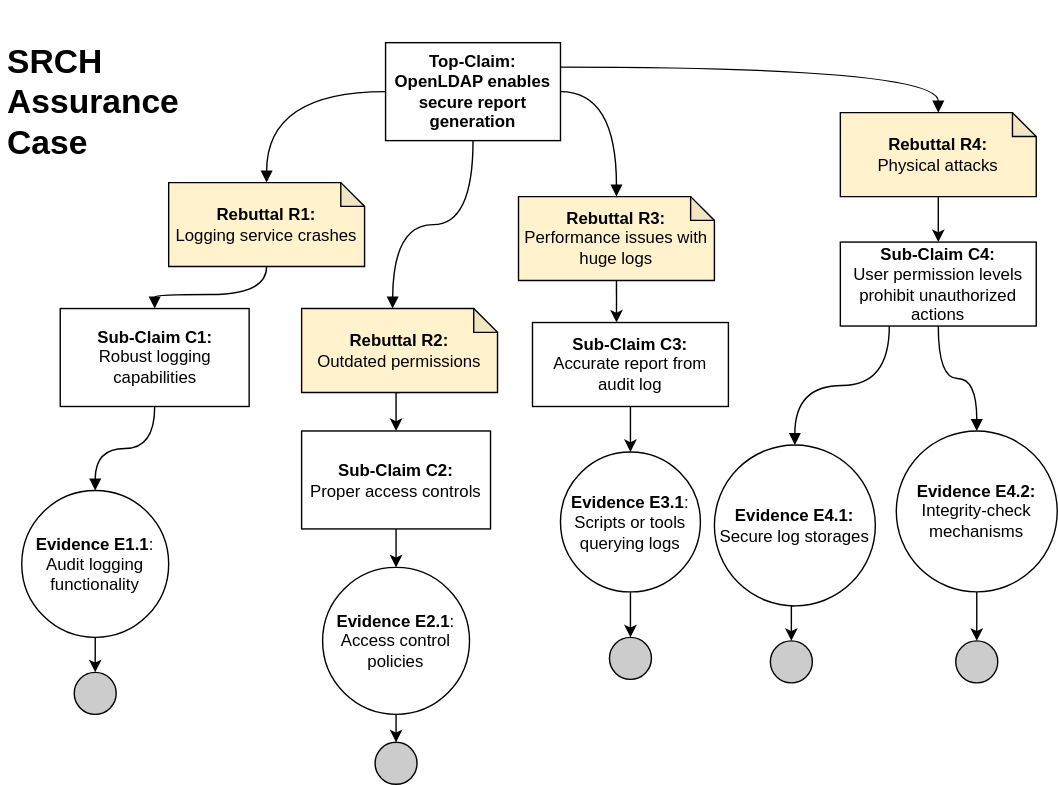
bartelsjoshuac/SAPG keeps this draw.io diagram as images/SRCH_accurance_case.svg. Above is the earlier version. Source tidied: cells renumbered, new cells last; positions are measured from the earlier drawing's top-left corner, leaving out a move shared by most shapes. The source it was exported from:
```xml
<mxGraphModel background="#FFFFFF">
  <root>
    <mxCell id="0" />
    <mxCell id="1" parent="0" />
    <mxCell id="2" value="&lt;div&gt;&lt;br&gt;&lt;/div&gt;&lt;h1&gt;SRCH&lt;br&gt;Assurance Case&lt;/h1&gt;&lt;p&gt;&lt;br&gt;&lt;/p&gt;" style="text;html=1;strokeColor=none;fillColor=none;spacing=5;spacingTop=-20;whiteSpace=wrap;overflow=hidden;rounded=0;" parent="1" vertex="1">
      <mxGeometry width="135" height="120" as="geometry" />
    </mxCell>
    <mxCell id="3" value="&lt;b&gt;Top-Claim:&lt;/b&gt;&lt;br&gt;&lt;b&gt;OpenLDAP enables secure report generation&lt;/b&gt;" style="rounded=0;whiteSpace=wrap;html=1;" parent="1" vertex="1">
      <mxGeometry x="275" y="20" width="125" height="70" as="geometry" />
    </mxCell>
    <mxCell id="4" value="&lt;b&gt;Sub-Claim C1:&lt;br&gt;&lt;/b&gt;Robust logging capabilities" style="rounded=0;whiteSpace=wrap;html=1;" parent="1" vertex="1">
      <mxGeometry x="42.5" y="210" width="135" height="70" as="geometry" />
    </mxCell>
    <mxCell id="5" style="edgeStyle=orthogonalEdgeStyle;curved=1;rounded=0;jettySize=auto;html=1;entryX=0.5;entryY=0;entryDx=0;entryDy=0;endArrow=block;endFill=1;exitX=0.25;exitY=1;exitDx=0;exitDy=0;" parent="1" edge="1" source="24" target="7">
      <mxGeometry relative="1" as="geometry" />
    </mxCell>
    <mxCell id="6" style="edgeStyle=orthogonalEdgeStyle;rounded=0;jettySize=auto;html=1;exitX=0.5;exitY=1;exitDx=0;exitDy=0;entryX=0.5;entryY=0;entryDx=0;entryDy=0;" parent="1" edge="1" source="7" target="25">
      <mxGeometry relative="1" as="geometry" />
    </mxCell>
    <mxCell id="7" value="&lt;b&gt;Evidence E4.1:&lt;/b&gt;&lt;br&gt;Secure log storages" style="ellipse;whiteSpace=wrap;html=1;fillColor=#ffffff;rounded=0;" parent="1" vertex="1">
      <mxGeometry x="510" y="307.5" width="115" height="115" as="geometry" />
    </mxCell>
    <mxCell id="8" style="edgeStyle=orthogonalEdgeStyle;rounded=0;jettySize=auto;html=1;exitX=0.5;exitY=1;exitDx=0;exitDy=0;" parent="1" edge="1" source="9" target="21">
      <mxGeometry relative="1" as="geometry" />
    </mxCell>
    <mxCell id="9" value="&lt;b&gt;Sub-Claim C3:&lt;br&gt;&lt;/b&gt;Accurate report from audit log" style="rounded=0;whiteSpace=wrap;html=1;" parent="1" vertex="1">
      <mxGeometry x="380" y="220" width="140" height="60" as="geometry" />
    </mxCell>
    <mxCell id="10" style="edgeStyle=orthogonalEdgeStyle;rounded=0;jettySize=auto;html=1;exitX=0.5;exitY=1;exitDx=0;exitDy=0;entryX=0.5;entryY=0;entryDx=0;entryDy=0;" parent="1" edge="1" source="11" target="26">
      <mxGeometry relative="1" as="geometry" />
    </mxCell>
    <mxCell id="11" value="&lt;b&gt;Evidence E4.2:&lt;/b&gt;&lt;br&gt;Integrity-check mechanisms" style="ellipse;whiteSpace=wrap;html=1;fillColor=#ffffff;rounded=0;" parent="1" vertex="1">
      <mxGeometry x="640" y="297.5" width="115" height="115" as="geometry" />
    </mxCell>
    <mxCell id="12" style="edgeStyle=orthogonalEdgeStyle;rounded=0;jettySize=auto;html=1;exitX=0.5;exitY=1;exitDx=0;exitDy=0;entryX=0.5;entryY=0;entryDx=0;entryDy=0;" parent="1" edge="1" source="13" target="14">
      <mxGeometry relative="1" as="geometry" />
    </mxCell>
    <mxCell id="13" value="&lt;b&gt;Evidence E1.1&lt;/b&gt;:&lt;br&gt;Audit logging functionality" style="ellipse;whiteSpace=wrap;html=1;fillColor=#ffffff;rounded=0;" parent="1" vertex="1">
      <mxGeometry x="15" y="340" width="105" height="105" as="geometry" />
    </mxCell>
    <mxCell id="14" style="ellipse;whiteSpace=wrap;html=1;fillColor=#CCCCCC;" parent="1" vertex="1">
      <mxGeometry x="52.5" y="470" width="30" height="30" as="geometry" />
    </mxCell>
    <mxCell id="15" style="edgeStyle=orthogonalEdgeStyle;rounded=0;jettySize=auto;html=1;exitX=0.5;exitY=1;exitDx=0;exitDy=0;entryX=0.5;entryY=0;entryDx=0;entryDy=0;" parent="1" edge="1" source="16" target="18">
      <mxGeometry relative="1" as="geometry" />
    </mxCell>
    <mxCell id="16" value="&lt;b&gt;Sub-Claim C2:&lt;br&gt;&lt;/b&gt;Proper access controls" style="rounded=0;whiteSpace=wrap;html=1;" parent="1" vertex="1">
      <mxGeometry x="215" y="297.5" width="135" height="70" as="geometry" />
    </mxCell>
    <mxCell id="17" style="edgeStyle=orthogonalEdgeStyle;rounded=0;jettySize=auto;html=1;exitX=0.5;exitY=1;exitDx=0;exitDy=0;entryX=0.5;entryY=0;entryDx=0;entryDy=0;" parent="1" edge="1" source="18" target="19">
      <mxGeometry relative="1" as="geometry" />
    </mxCell>
    <mxCell id="18" value="&lt;b&gt;Evidence E2.1&lt;/b&gt;:&lt;br&gt;Access control policies" style="ellipse;whiteSpace=wrap;html=1;fillColor=#ffffff;rounded=0;" parent="1" vertex="1">
      <mxGeometry x="230" y="395" width="105" height="105" as="geometry" />
    </mxCell>
    <mxCell id="19" style="ellipse;whiteSpace=wrap;html=1;fillColor=#CCCCCC;" parent="1" vertex="1">
      <mxGeometry x="267.5" y="520" width="30" height="30" as="geometry" />
    </mxCell>
    <mxCell id="20" style="edgeStyle=orthogonalEdgeStyle;rounded=0;jettySize=auto;html=1;exitX=0.5;exitY=1;exitDx=0;exitDy=0;entryX=0.5;entryY=0;entryDx=0;entryDy=0;" parent="1" edge="1" source="21" target="22">
      <mxGeometry relative="1" as="geometry" />
    </mxCell>
    <mxCell id="21" value="&lt;b&gt;Evidence E3.1&lt;/b&gt;:&lt;br&gt;Scripts or tools querying logs" style="ellipse;whiteSpace=wrap;html=1;fillColor=#ffffff;rounded=0;" parent="1" vertex="1">
      <mxGeometry x="400" y="312.5" width="100" height="100" as="geometry" />
    </mxCell>
    <mxCell id="22" style="ellipse;whiteSpace=wrap;html=1;fillColor=#CCCCCC;" parent="1" vertex="1">
      <mxGeometry x="435" y="445" width="30" height="30" as="geometry" />
    </mxCell>
    <mxCell id="23" style="edgeStyle=orthogonalEdgeStyle;curved=1;rounded=0;jettySize=auto;html=1;endArrow=block;endFill=1;entryX=0.5;entryY=0;entryDx=0;entryDy=0;" parent="1" edge="1" source="24" target="11">
      <mxGeometry relative="1" as="geometry" />
    </mxCell>
    <mxCell id="24" value="&lt;b&gt;Sub-Claim C4:&lt;br&gt;&lt;/b&gt;User permission levels prohibit unauthorized actions" style="rounded=0;whiteSpace=wrap;html=1;" parent="1" vertex="1">
      <mxGeometry x="600" y="162.5" width="140" height="60" as="geometry" />
    </mxCell>
    <mxCell id="25" style="ellipse;whiteSpace=wrap;html=1;fillColor=#CCCCCC;" parent="1" vertex="1">
      <mxGeometry x="550" y="447.5" width="30" height="30" as="geometry" />
    </mxCell>
    <mxCell id="26" style="ellipse;whiteSpace=wrap;html=1;fillColor=#CCCCCC;" parent="1" vertex="1">
      <mxGeometry x="682.5" y="447.5" width="30" height="30" as="geometry" />
    </mxCell>
    <mxCell id="27" style="edgeStyle=orthogonalEdgeStyle;rounded=0;jettySize=auto;html=1;exitX=0.5;exitY=1;exitDx=0;exitDy=0;exitPerimeter=0;entryX=0.5;entryY=0;entryDx=0;entryDy=0;" parent="1" edge="1" source="28" target="16">
      <mxGeometry relative="1" as="geometry" />
    </mxCell>
    <mxCell id="28" value="&lt;b&gt;Rebuttal R2:&lt;/b&gt;&lt;br&gt;Outdated permissions" style="shape=note;whiteSpace=wrap;html=1;backgroundOutline=1;darkOpacity=0.05;size=17;fillColor=#FFF2CC;" parent="1" vertex="1">
      <mxGeometry x="215" y="210" width="140" height="60" as="geometry" />
    </mxCell>
    <mxCell id="29" value="&lt;b&gt;Rebuttal R3:&lt;/b&gt;&lt;br&gt;Performance issues with huge logs" style="shape=note;whiteSpace=wrap;html=1;backgroundOutline=1;darkOpacity=0.05;size=17;fillColor=#FFF2CC;" parent="1" vertex="1">
      <mxGeometry x="370" y="130" width="140" height="60" as="geometry" />
    </mxCell>
    <mxCell id="30" style="edgeStyle=orthogonalEdgeStyle;rounded=0;jettySize=auto;html=1;endArrow=block;endFill=1;curved=1;entryX=0.5;entryY=0;entryDx=0;entryDy=0;exitX=0.5;exitY=1;exitDx=0;exitDy=0;" parent="1" edge="1" source="4" target="13">
      <mxGeometry relative="1" as="geometry" />
    </mxCell>
    <mxCell id="31" value="&lt;b&gt;Rebuttal R1:&lt;/b&gt;&lt;br&gt;Logging service crashes" style="shape=note;whiteSpace=wrap;html=1;backgroundOutline=1;darkOpacity=0.05;size=17;fillColor=#FFF2CC;" parent="1" vertex="1">
      <mxGeometry x="120" y="120" width="140" height="60" as="geometry" />
    </mxCell>
    <mxCell id="32" style="edgeStyle=orthogonalEdgeStyle;rounded=0;jettySize=auto;html=1;endArrow=block;endFill=1;curved=1;entryX=0.5;entryY=0;entryDx=0;entryDy=0;exitX=0.5;exitY=1;exitDx=0;exitDy=0;exitPerimeter=0;" parent="1" edge="1" source="31" target="4">
      <mxGeometry relative="1" as="geometry" />
    </mxCell>
    <mxCell id="33" style="edgeStyle=orthogonalEdgeStyle;rounded=0;jettySize=auto;html=1;endArrow=block;endFill=1;curved=1;entryX=0.5;entryY=0;entryDx=0;entryDy=0;exitX=0;exitY=0.5;exitDx=0;exitDy=0;entryPerimeter=0;" parent="1" edge="1" source="3" target="31">
      <mxGeometry relative="1" as="geometry" />
    </mxCell>
    <mxCell id="34" style="edgeStyle=orthogonalEdgeStyle;rounded=0;jettySize=auto;html=1;exitX=0.5;exitY=1;exitDx=0;exitDy=0;exitPerimeter=0;entryX=0.5;entryY=0;entryDx=0;entryDy=0;" parent="1" edge="1" source="35" target="24">
      <mxGeometry relative="1" as="geometry" />
    </mxCell>
    <mxCell id="35" value="&lt;b&gt;Rebuttal R4:&lt;/b&gt;&lt;br&gt;Physical attacks" style="shape=note;whiteSpace=wrap;html=1;backgroundOutline=1;darkOpacity=0.05;size=17;fillColor=#FFF2CC;" parent="1" vertex="1">
      <mxGeometry x="600" y="70" width="140" height="60" as="geometry" />
    </mxCell>
    <mxCell id="36" style="edgeStyle=orthogonalEdgeStyle;rounded=0;jettySize=auto;html=1;endArrow=block;endFill=1;curved=1;" parent="1" edge="1" source="3">
      <mxGeometry relative="1" as="geometry">
        <mxPoint x="280" y="210" as="targetPoint" />
      </mxGeometry>
    </mxCell>
    <mxCell id="37" style="edgeStyle=orthogonalEdgeStyle;rounded=0;jettySize=auto;html=1;endArrow=block;endFill=1;curved=1;exitX=1;exitY=0.5;exitDx=0;exitDy=0;entryX=0.5;entryY=0;entryDx=0;entryDy=0;entryPerimeter=0;" parent="1" edge="1" source="3" target="29">
      <mxGeometry relative="1" as="geometry" />
    </mxCell>
    <mxCell id="38" style="edgeStyle=orthogonalEdgeStyle;rounded=0;jettySize=auto;html=1;endArrow=block;endFill=1;curved=1;exitX=1;exitY=0.25;exitDx=0;exitDy=0;entryX=0.5;entryY=0;entryDx=0;entryDy=0;entryPerimeter=0;" parent="1" edge="1" source="3" target="35">
      <mxGeometry relative="1" as="geometry" />
    </mxCell>
    <mxCell id="39" style="edgeStyle=orthogonalEdgeStyle;rounded=0;jettySize=auto;html=1;exitX=0.5;exitY=1;exitDx=0;exitDy=0;exitPerimeter=0;entryX=0.429;entryY=0;entryDx=0;entryDy=0;entryPerimeter=0;" parent="1" edge="1" source="29" target="9">
      <mxGeometry relative="1" as="geometry" />
    </mxCell>
  </root>
</mxGraphModel>
```
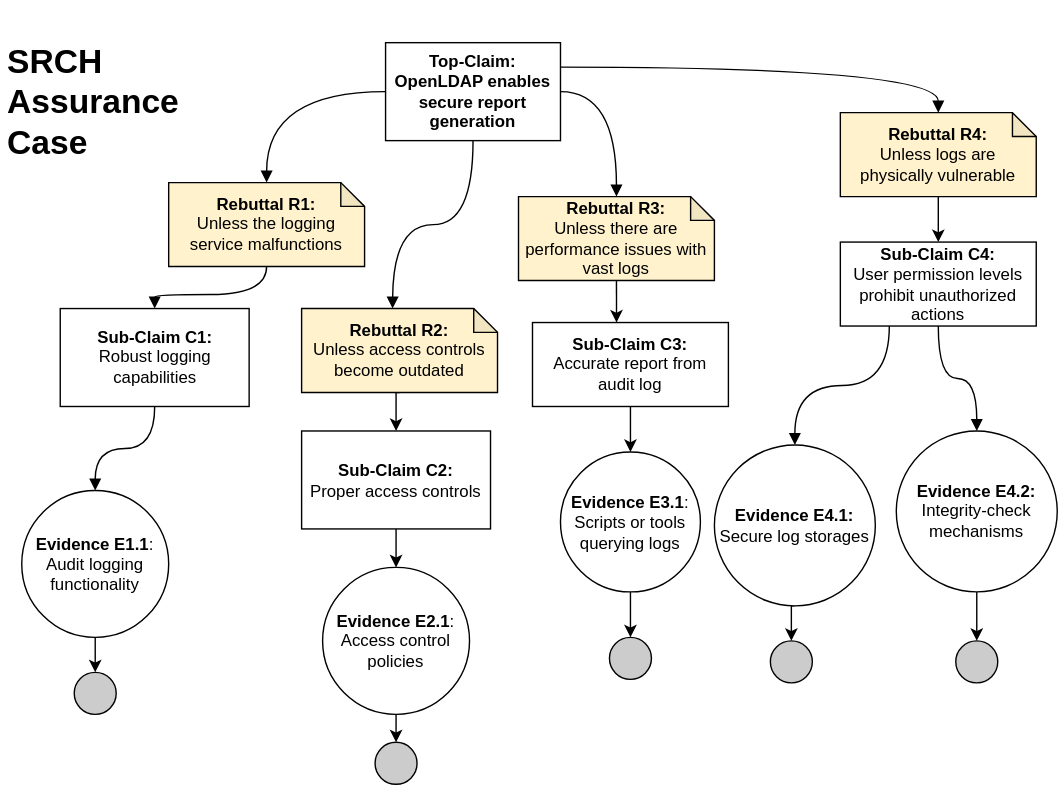
Later version of the same file.

The edit, as a diff of the source:
```diff
@@ -80,16 +80,16 @@
     <mxCell id="27" style="edgeStyle=orthogonalEdgeStyle;rounded=0;jettySize=auto;html=1;exitX=0.5;exitY=1;exitDx=0;exitDy=0;exitPerimeter=0;entryX=0.5;entryY=0;entryDx=0;entryDy=0;" parent="1" edge="1" source="28" target="16">
       <mxGeometry relative="1" as="geometry" />
     </mxCell>
-    <mxCell id="28" value="&lt;b&gt;Rebuttal R2:&lt;/b&gt;&lt;br&gt;Outdated permissions" style="shape=note;whiteSpace=wrap;html=1;backgroundOutline=1;darkOpacity=0.05;size=17;fillColor=#FFF2CC;" parent="1" vertex="1">
+    <mxCell id="28" value="&lt;b&gt;Rebuttal R2:&lt;/b&gt;&lt;br&gt;Unless access controls become outdated" style="shape=note;whiteSpace=wrap;html=1;backgroundOutline=1;darkOpacity=0.05;size=17;fillColor=#FFF2CC;" parent="1" vertex="1">
       <mxGeometry x="215" y="210" width="140" height="60" as="geometry" />
     </mxCell>
-    <mxCell id="29" value="&lt;b&gt;Rebuttal R3:&lt;/b&gt;&lt;br&gt;Performance issues with huge logs" style="shape=note;whiteSpace=wrap;html=1;backgroundOutline=1;darkOpacity=0.05;size=17;fillColor=#FFF2CC;" parent="1" vertex="1">
+    <mxCell id="29" value="&lt;b&gt;Rebuttal R3:&lt;/b&gt;&lt;br&gt;Unless there are performance issues with vast logs" style="shape=note;whiteSpace=wrap;html=1;backgroundOutline=1;darkOpacity=0.05;size=17;fillColor=#FFF2CC;" parent="1" vertex="1">
       <mxGeometry x="370" y="130" width="140" height="60" as="geometry" />
     </mxCell>
     <mxCell id="30" style="edgeStyle=orthogonalEdgeStyle;rounded=0;jettySize=auto;html=1;endArrow=block;endFill=1;curved=1;entryX=0.5;entryY=0;entryDx=0;entryDy=0;exitX=0.5;exitY=1;exitDx=0;exitDy=0;" parent="1" edge="1" source="4" target="13">
       <mxGeometry relative="1" as="geometry" />
     </mxCell>
-    <mxCell id="31" value="&lt;b&gt;Rebuttal R1:&lt;/b&gt;&lt;br&gt;Logging service crashes" style="shape=note;whiteSpace=wrap;html=1;backgroundOutline=1;darkOpacity=0.05;size=17;fillColor=#FFF2CC;" parent="1" vertex="1">
+    <mxCell id="31" value="&lt;b&gt;Rebuttal R1:&lt;/b&gt;&lt;br&gt;Unless the logging service malfunctions" style="shape=note;whiteSpace=wrap;html=1;backgroundOutline=1;darkOpacity=0.05;size=17;fillColor=#FFF2CC;" parent="1" vertex="1">
       <mxGeometry x="120" y="120" width="140" height="60" as="geometry" />
     </mxCell>
     <mxCell id="32" style="edgeStyle=orthogonalEdgeStyle;rounded=0;jettySize=auto;html=1;endArrow=block;endFill=1;curved=1;entryX=0.5;entryY=0;entryDx=0;entryDy=0;exitX=0.5;exitY=1;exitDx=0;exitDy=0;exitPerimeter=0;" parent="1" edge="1" source="31" target="4">
@@ -101,7 +101,7 @@
     <mxCell id="34" style="edgeStyle=orthogonalEdgeStyle;rounded=0;jettySize=auto;html=1;exitX=0.5;exitY=1;exitDx=0;exitDy=0;exitPerimeter=0;entryX=0.5;entryY=0;entryDx=0;entryDy=0;" parent="1" edge="1" source="35" target="24">
       <mxGeometry relative="1" as="geometry" />
     </mxCell>
-    <mxCell id="35" value="&lt;b&gt;Rebuttal R4:&lt;/b&gt;&lt;br&gt;Physical attacks" style="shape=note;whiteSpace=wrap;html=1;backgroundOutline=1;darkOpacity=0.05;size=17;fillColor=#FFF2CC;" parent="1" vertex="1">
+    <mxCell id="35" value="&lt;b&gt;Rebuttal R4:&lt;/b&gt;&lt;br&gt;Unless logs are physically vulnerable" style="shape=note;whiteSpace=wrap;html=1;backgroundOutline=1;darkOpacity=0.05;size=17;fillColor=#FFF2CC;" parent="1" vertex="1">
       <mxGeometry x="600" y="70" width="140" height="60" as="geometry" />
     </mxCell>
     <mxCell id="36" style="edgeStyle=orthogonalEdgeStyle;rounded=0;jettySize=auto;html=1;endArrow=block;endFill=1;curved=1;" parent="1" edge="1" source="3">
```
